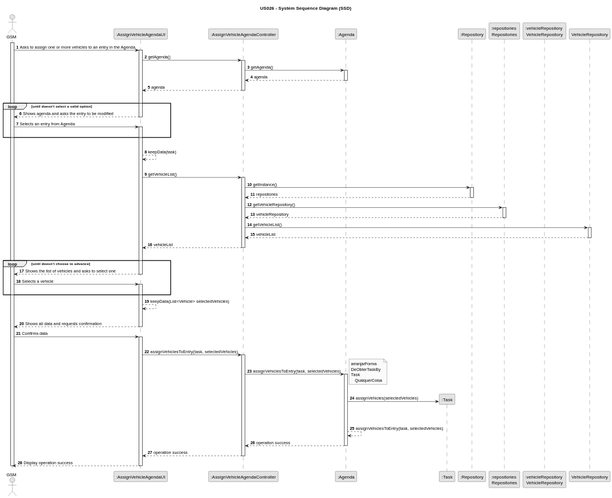
Earlier version of the PlantUML export docs/sprintC/us026/03.design/svg/us026-sequence-diagram.svg (Rui-San/LAPR2_2023_2024).
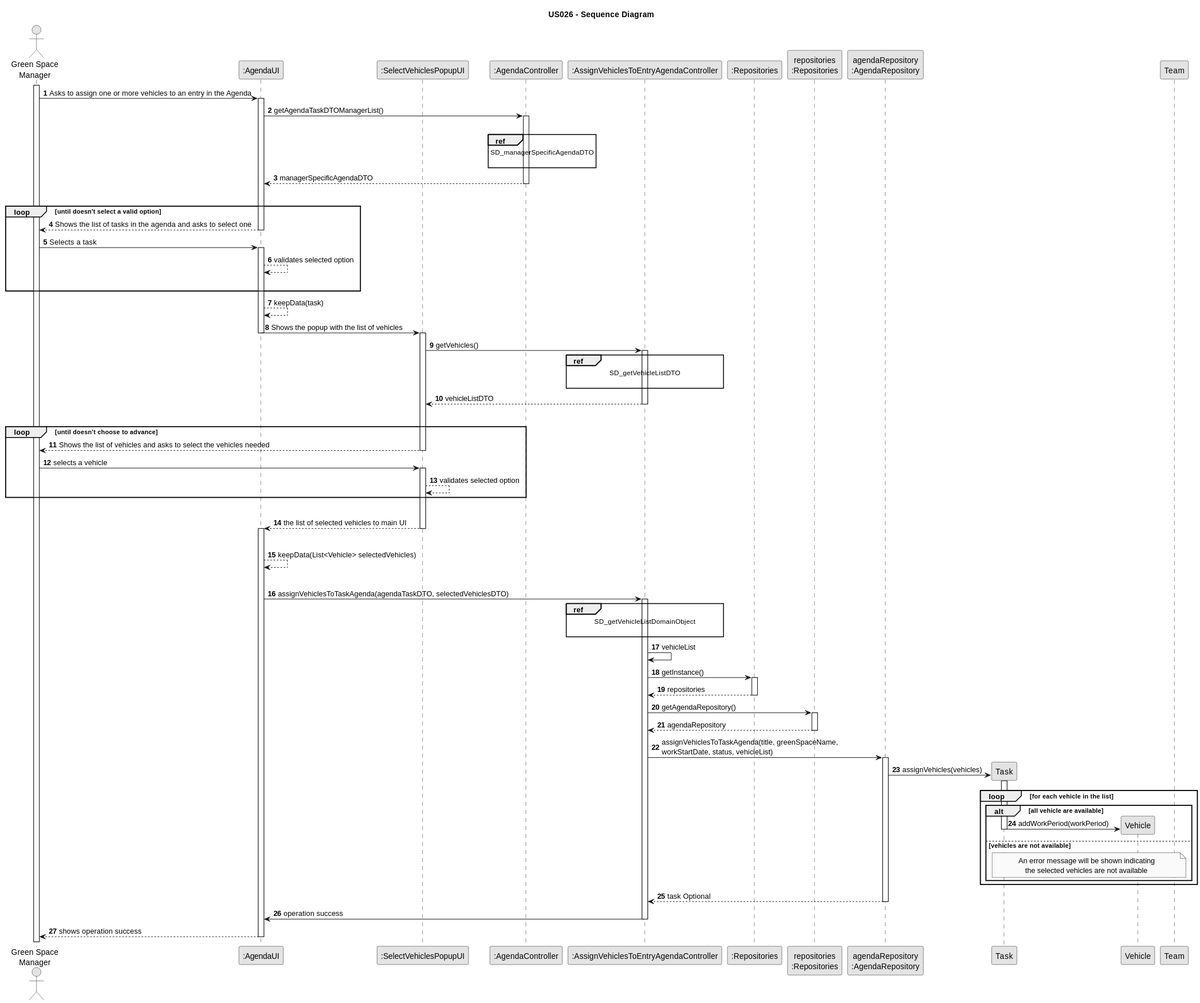
After the commit.

The edit, as a diff of the source:
```diff
@@ -3,144 +3,132 @@
 skinparam packageStyle rectangle
 skinparam shadowing false
 
-title US026 - System Sequence Diagram (SSD)
+title US026 - Sequence Diagram
 
 autonumber
 
-actor "GSM" as GSM
-participant ":AssignVehicleAgendaUI" as UI
-participant ":AssignVehicleAgendaController" as CTRL
-participant ":Agenda" as Agenda
-participant ":Task" as Task
-participant ":Repository" as REP
-participant ":repositories \nRepositories" as REPS
-participant ":vehicleRepository \nVehicleRepository" as VR
 
-
+actor "Green Space\nManager" as GSM
+participant ":AgendaUI" as UI
+participant ":SelectVehiclesPopupUI" as POPUP
+participant ":AgendaController" as AGENDA_CTRL
+participant ":AssignVehiclesToEntryAgendaController" as CTRL
+participant ":Repositories" as REPO
+participant "repositories\n:Repositories" as REPOInstance
+participant "agendaRepository\n:AgendaRepository" as AgendaRepository
 
 activate GSM
 
-    GSM -> UI : Asks to assign one or more vehicles to an entry in the Agenda
+GSM -> UI: Asks to assign one or more vehicles to an entry in the Agenda
+activate UI
+UI -> AGENDA_CTRL : getAgendaTaskDTOManagerList()
+    activate AGENDA_CTRL
+    |||
+    ref over AGENDA_CTRL
+    SD_managerSpecificAgendaDTO
 
-
-
-    activate UI
-
-    UI -> CTRL : getAgenda()
-
-    activate CTRL
-
-        CTRL -> Agenda : getAgenda()
-
-        activate Agenda
-
-            Agenda --> CTRL : agenda
-        deactivate Agenda
-
-        CTRL --> UI : agenda
-    deactivate CTRL
+    end ref
+    AGENDA_CTRL --> UI : managerSpecificAgendaDTO
+    deactivate AGENDA_CTRL
     |||
 
     loop until doesn't select a valid option
 
-        UI --> GSM : Shows agenda and asks the entry to be modified
+    UI --> GSM: Shows the list of tasks in the agenda and asks to select one
+deactivate UI
 
-        deactivate UI
+GSM -> UI : Selects a task
+activate UI
+UI --> UI : validates selected option
+|||
+end loop
 
-        GSM -> UI : Selects an entry from Agenda
+    UI --> UI : keepData(task)
 
-        activate UI
-        |||
-        end loop
-        |||
-        UI --> UI : keepData(task)
-        |||
+    UI -> POPUP : Shows the popup with the list of vehicles
+    deactivate UI
+    activate POPUP
 
-        UI -> CTRL : getVehicleList()
+    POPUP -> CTRL : getVehicles()
+    activate CTRL
 
-         activate CTRL
+    ref over CTRL
+    SD_getVehicleListDTO
 
-                    CTRL -> REP : getInstance()
+    end ref
 
-                    activate REP
-
-                    REP --> CTRL : repositories
-                    deactivate REP
-
-                    CTRL -> REPS : getVehicleRepository()
-                    activate REPS
-
-                    REPS --> CTRL : vehicleRepository
-                    deactivate REPS
-
-                    CTRL -> VehicleRepository : getVehicleList()
-                    activate VehicleRepository
-
-                    VehicleRepository --> CTRL : vehicleList
-                    deactivate VehicleRepository
-
-                    CTRL --> UI : vehicleList
-                   deactivate CTRL
-                    |||
-
-        loop until doesn't choose to advance
-        UI --> GSM : Shows the list of vehicles and asks to select one
-            deactivate UI
-
-    GSM -> UI : Selects a vehicle
-    activate UI
-        |||
-        end
-
-        UI --> UI : keepData(List<Vehicle> selectedVehicles)
-        |||
-
-        UI --> GSM : Shows all data and requests confirmation
-    deactivate UI
-
-    GSM -> UI: Confirms data
-
-    activate UI
-        |||
-
-        UI -> CTRL : assignVehiclesToEntry(task, selectedVehicles)
-
-        activate CTRL
-
-            CTRL -> Agenda : assignVehiclesToEntry(task, selectedVehicles)
-
-            activate Agenda
-
-            note right
-             arranjarForma
-             DeObterTaskBy
-             Task
-                QualquerCoisa
-            end note
-            |||
-            Agenda -> Task** : assignVehicles(selectedVehicles)
-            |||
-            |||
-
-            Agenda --> Agenda : assignVehiclesToEntry(task, selectedVehicles)
-
-            Agenda --> CTRL : operation success
-        deactivate Agenda
-
-        CTRL --> UI : operation success
-
-        deactivate CTRL
-
-        UI --> GSM : Display operation success
+    CTRL --> POPUP : vehicleListDTO
+    deactivate CTRL
 
 
+    |||
+    loop until doesn't choose to advance
+    POPUP --> GSM: Shows the list of vehicles and asks to select the vehicles needed
+deactivate POPUP
 
-    deactivate UI
+GSM -> POPUP : selects a vehicle
+activate POPUP
+POPUP --> POPUP : validates selected option
+end loop
+|||
+POPUP --> UI : the list of selected vehicles to main UI
+deactivate POPUP
+activate UI
+    |||
+    UI --> UI : keepData(List<Vehicle> selectedVehicles)
+    |||
+    UI -> CTRL : assignVehiclesToTaskAgenda(agendaTaskDTO, selectedVehiclesDTO)
+
+    activate CTRL
+    ref over CTRL
+        SD_getVehicleListDomainObject
+
+        end ref
+        CTRL -> CTRL : vehicleList
+
+        CTRL -> REPO : getInstance()
+                                activate REPO
+
+                                    REPO --> CTRL : repositories
+                                deactivate REPO
+                                CTRL -> REPOInstance: getAgendaRepository()
+
+                                activate REPOInstance
+
+                                    REPOInstance --> CTRL : agendaRepository
+                                deactivate REPOInstance
+
+                            CTRL -> AgendaRepository : assignVehiclesToTaskAgenda(title, greenSpaceName,\nworkStartDate, status, vehicleList)
+                            activate AgendaRepository
+                            AgendaRepository -> Task** : assignVehicles(vehicles)
+                                                activate Task
+                                                loop for each vehicle in the list
+
+                                                alt all vehicle are available
+
+                                                Task -> Vehicle** : addWorkPeriod(workPeriod)
+
+                                                else vehicles are not available
+
+                                                note over Task, Team
+                                                An error message will be shown indicating
+                                                   the selected vehicles are not available
+                                                end note
+                                                deactivate Task
+
+                                                end
+                                                end loop
+
+                                                AgendaRepository --> CTRL : task Optional
+
+
+                                                deactivate AgendaRepository
+                                                CTRL -> UI : operation success
+                                                deactivate CTRL
 
 
 
 
-
-
-deactivate GSM
+    UI --> GSM: shows operation success
+deactivate UI
 @enduml
```
